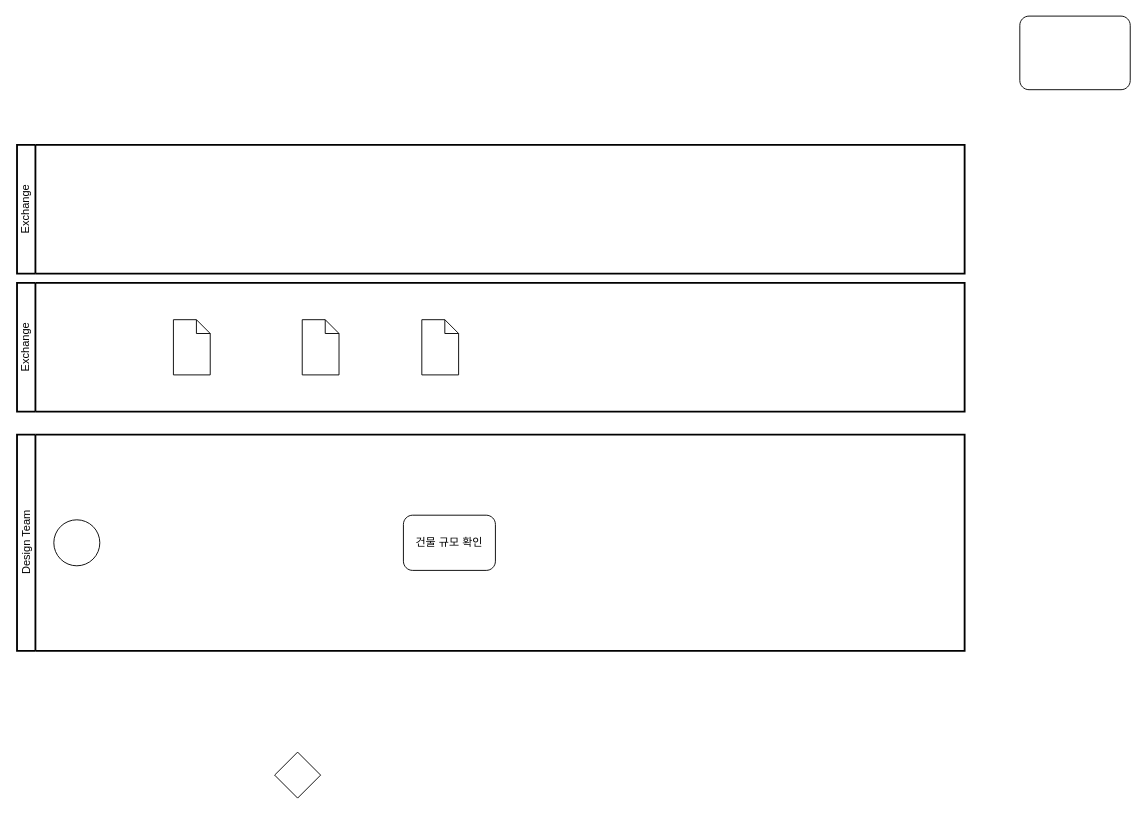
Before: 제목 없는 다이어그램.drawio in Junsangpark147/erd, a draw.io diagram. Source tidied: cells renumbered, new cells numbered last; positions are measured from the earlier drawing's top-left corner, leaving out a move shared by most shapes. Both pictures are drawn from the tidied source at 92%, with x=0, y=0 at pixel (17, 16).
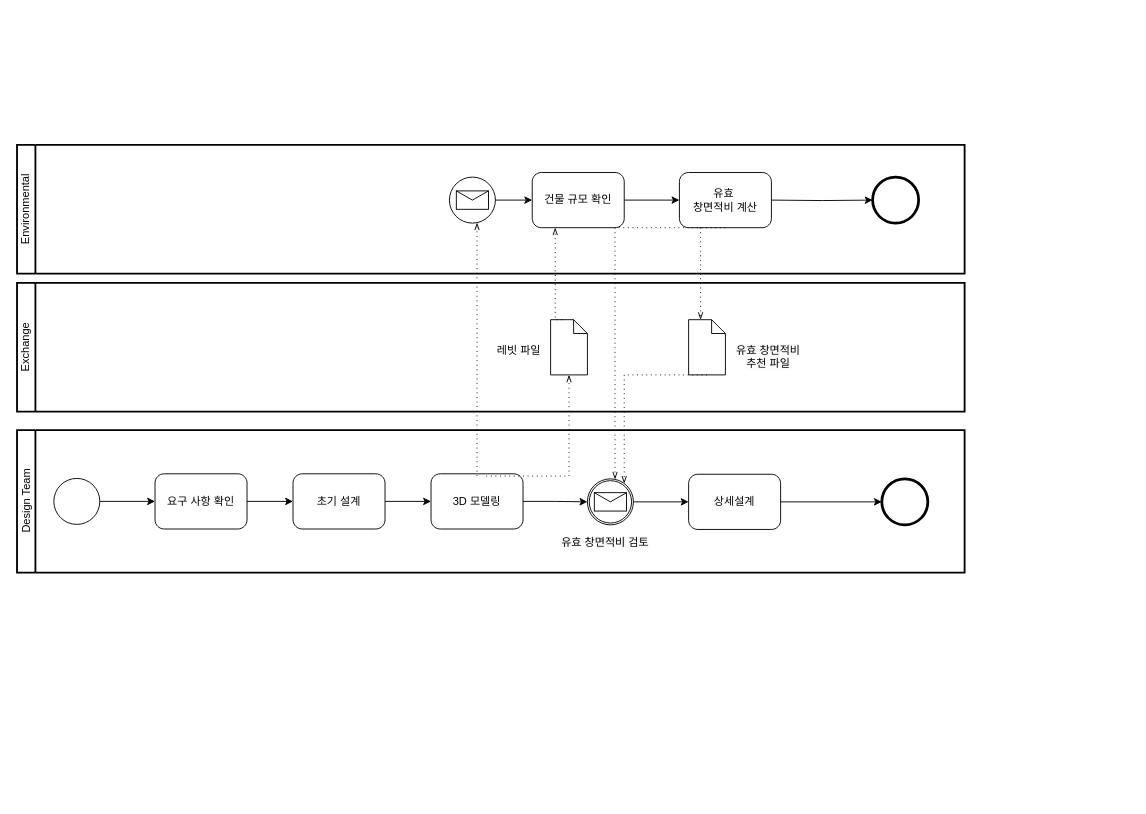
Above is the later version.

Commit message:
제목 없는 다이어그램.drawio 업데이트

Unchanged cells that the change refers to:
```xml
<mxCell id="3" value="Exchange" style="swimlane;html=1;startSize=20;fontStyle=0;horizontal=0;swimlaneLine=1;swimlaneFillColor=#ffffff;strokeWidth=2;whiteSpace=wrap;" parent="1" vertex="1">
  <mxGeometry y="290" width="1030" height="140" as="geometry" />
</mxCell>
```

The edit, as a diff of the source:
```diff
@@
-    <mxCell id="2" value="Exchange" style="swimlane;html=1;startSize=20;fontStyle=0;horizontal=0;swimlaneLine=1;swimlaneFillColor=#ffffff;strokeWidth=2;whiteSpace=wrap;" parent="1" vertex="1">
+    <mxCell id="2" value="Environmental" style="swimlane;html=1;startSize=20;fontStyle=0;horizontal=0;swimlaneLine=1;swimlaneFillColor=#ffffff;strokeWidth=2;whiteSpace=wrap;" parent="1" vertex="1">
       <mxGeometry y="140" width="1030" height="140" as="geometry" />
     </mxCell>
+    <mxCell id="12" style="edgeStyle=orthogonalEdgeStyle;rounded=0;jettySize=auto;html=1;exitX=1;exitY=0.5;exitDx=0;exitDy=0;exitPerimeter=0;" parent="2" edge="1" source="13" target="14">
+      <mxGeometry relative="1" as="geometry" />
+    </mxCell>
+    <mxCell id="13" value="건물 규모 확인" style="points=[[0.25,0,0],[0.5,0,0],[0.75,0,0],[1,0.25,0],[1,0.5,0],[1,0.75,0],[0.75,1,0],[0.5,1,0],[0.25,1,0],[0,0.75,0],[0,0.5,0],[0,0.25,0]];shape=mxgraph.bpmn.task;whiteSpace=wrap;rectStyle=rounded;size=10;html=1;taskMarker=abstract;" parent="2" vertex="1">
+      <mxGeometry x="560" y="30" width="100" height="60" as="geometry" />
+    </mxCell>
+    <mxCell id="14" value="유효&amp;nbsp;&lt;div&gt;창면적비 계산&lt;/div&gt;" style="points=[[0.25,0,0],[0.5,0,0],[0.75,0,0],[1,0.25,0],[1,0.5,0],[1,0.75,0],[0.75,1,0],[0.5,1,0],[0.25,1,0],[0,0.75,0],[0,0.5,0],[0,0.25,0]];shape=mxgraph.bpmn.task;whiteSpace=wrap;rectStyle=rounded;size=10;html=1;taskMarker=abstract;" parent="2" vertex="1">
+      <mxGeometry x="720" y="30" width="100" height="60" as="geometry" />
+    </mxCell>
+    <mxCell id="15" style="points=[[0.145,0.145,0],[0.5,0,0],[0.855,0.145,0],[1,0.5,0],[0.855,0.855,0],[0.5,1,0],[0.145,0.855,0],[0,0.5,0]];shape=mxgraph.bpmn.event;html=1;verticalLabelPosition=bottom;labelBackgroundColor=#ffffff;verticalAlign=top;align=center;perimeter=ellipsePerimeter;outlineConnect=0;outline=end;symbol=terminate2;" parent="2" vertex="1">
+      <mxGeometry x="930" y="35" width="50" height="50" as="geometry" />
+    </mxCell>
+    <mxCell id="16" style="edgeStyle=orthogonalEdgeStyle;rounded=0;jettySize=auto;html=1;exitX=1;exitY=0.5;exitDx=0;exitDy=0;exitPerimeter=0;entryX=0;entryY=0.5;entryDx=0;entryDy=0;entryPerimeter=0;" parent="2" edge="1" target="15">
+      <mxGeometry relative="1" as="geometry">
+        <mxPoint x="820" y="60" as="sourcePoint" />
+      </mxGeometry>
+    </mxCell>
+    <mxCell id="17" style="points=[[0.145,0.145,0],[0.5,0,0],[0.855,0.145,0],[1,0.5,0],[0.855,0.855,0],[0.5,1,0],[0.145,0.855,0],[0,0.5,0]];shape=mxgraph.bpmn.event;html=1;verticalLabelPosition=bottom;labelBackgroundColor=#ffffff;verticalAlign=top;align=center;perimeter=ellipsePerimeter;outlineConnect=0;outline=standard;symbol=message;" parent="2" vertex="1">
+      <mxGeometry x="470" y="35" width="50" height="50" as="geometry" />
+    </mxCell>
+    <mxCell id="18" style="edgeStyle=orthogonalEdgeStyle;rounded=0;jettySize=auto;html=1;exitX=1;exitY=0.5;exitDx=0;exitDy=0;exitPerimeter=0;entryX=0;entryY=0.5;entryDx=0;entryDy=0;entryPerimeter=0;" parent="2" edge="1" source="17" target="13">
+      <mxGeometry relative="1" as="geometry" />
+    </mxCell>
@@
-    <mxCell id="4" style="shape=mxgraph.bpmn.data;labelPosition=center;verticalLabelPosition=bottom;align=center;verticalAlign=top;size=15;html=1;" parent="3" vertex="1">
-      <mxGeometry x="170" y="40" width="40" height="60" as="geometry" />
-    </mxCell>
     <mxCell id="5" style="shape=mxgraph.bpmn.data;labelPosition=center;verticalLabelPosition=bottom;align=center;verticalAlign=top;size=15;html=1;" parent="3" vertex="1">
-      <mxGeometry x="310" y="40" width="40" height="60" as="geometry" />
+      <mxGeometry x="580" y="40" width="40" height="60" as="geometry" />
     </mxCell>
     <mxCell id="6" style="shape=mxgraph.bpmn.data;labelPosition=center;verticalLabelPosition=bottom;align=center;verticalAlign=top;size=15;html=1;" parent="3" vertex="1">
-      <mxGeometry x="440" y="40" width="40" height="60" as="geometry" />
+      <mxGeometry x="730" y="40" width="40" height="60" as="geometry" />
     </mxCell>
+    <mxCell id="19" value="&lt;span style=&quot;color: rgb(0, 0, 0); font-family: Helvetica; font-size: 12px; font-style: normal; font-variant-ligatures: normal; font-variant-caps: normal; font-weight: 400; letter-spacing: normal; orphans: 2; text-align: center; text-indent: 0px; text-transform: none; widows: 2; word-spacing: 0px; -webkit-text-stroke-width: 0px; white-space: normal; background-color: rgb(251, 251, 251); text-decoration-thickness: initial; text-decoration-style: initial; text-decoration-color: initial; display: inline !important; float: none;&quot;&gt;유효 창면적비&lt;/span&gt;&lt;div style=&quot;text-align: center;&quot;&gt;&lt;span style=&quot;color: rgb(0, 0, 0); font-family: Helvetica; font-size: 12px; font-style: normal; font-variant-ligatures: normal; font-variant-caps: normal; font-weight: 400; letter-spacing: normal; orphans: 2; text-indent: 0px; text-transform: none; widows: 2; word-spacing: 0px; -webkit-text-stroke-width: 0px; white-space: normal; background-color: rgb(251, 251, 251); text-decoration-thickness: initial; text-decoration-style: initial; text-decoration-color: initial; float: none; display: inline !important;&quot;&gt;추천 파일&lt;/span&gt;&lt;/div&gt;" style="text;whiteSpace=wrap;html=1;" parent="3" vertex="1">
+      <mxGeometry x="780" y="60" width="110" height="40" as="geometry" />
+    </mxCell>
+    <mxCell id="20" value="&lt;div style=&quot;text-align: center;&quot;&gt;&lt;span style=&quot;background-color: initial;&quot;&gt;레빗 파일&lt;/span&gt;&lt;/div&gt;" style="text;whiteSpace=wrap;html=1;" parent="3" vertex="1">
+      <mxGeometry x="520" y="60" width="110" height="40" as="geometry" />
+    </mxCell>
     <mxCell id="7" value="Design Team" style="swimlane;html=1;startSize=20;fontStyle=0;horizontal=0;swimlaneLine=1;swimlaneFillColor=#ffffff;strokeWidth=2;whiteSpace=wrap;" parent="1" vertex="1">
-      <mxGeometry y="455" width="1030" height="235" as="geometry" />
+      <mxGeometry y="450" width="1030" height="155" as="geometry" />
     </mxCell>
     <mxCell id="8" style="points=[[0.145,0.145,0],[0.5,0,0],[0.855,0.145,0],[1,0.5,0],[0.855,0.855,0],[0.5,1,0],[0.145,0.855,0],[0,0.5,0]];shape=mxgraph.bpmn.event;html=1;verticalLabelPosition=bottom;labelBackgroundColor=#ffffff;verticalAlign=top;align=center;perimeter=ellipsePerimeter;outlineConnect=0;outline=standard;symbol=general;" parent="7" vertex="1">
-      <mxGeometry x="40" y="92.5" width="50" height="50" as="geometry" />
+      <mxGeometry x="40" y="52.5" width="50" height="50" as="geometry" />
     </mxCell>
-    <mxCell id="9" value="건물 규모 확인" style="points=[[0.25,0,0],[0.5,0,0],[0.75,0,0],[1,0.25,0],[1,0.5,0],[1,0.75,0],[0.75,1,0],[0.5,1,0],[0.25,1,0],[0,0.75,0],[0,0.5,0],[0,0.25,0]];shape=mxgraph.bpmn.task;whiteSpace=wrap;rectStyle=rounded;size=10;html=1;taskMarker=abstract;" parent="7" vertex="1">
-      <mxGeometry x="420" y="87.5" width="100" height="60" as="geometry" />
+    <mxCell id="9" value="요구 사항 확인" style="points=[[0.25,0,0],[0.5,0,0],[0.75,0,0],[1,0.25,0],[1,0.5,0],[1,0.75,0],[0.75,1,0],[0.5,1,0],[0.25,1,0],[0,0.75,0],[0,0.5,0],[0,0.25,0]];shape=mxgraph.bpmn.task;whiteSpace=wrap;rectStyle=rounded;size=10;html=1;taskMarker=abstract;" parent="7" vertex="1">
+      <mxGeometry x="150" y="47.5" width="100" height="60" as="geometry" />
     </mxCell>
-    <mxCell id="10" style="shape=mxgraph.bpmn.task;whiteSpace=wrap;rectStyle=rounded;size=10;html=1;taskMarker=abstract;" parent="1" vertex="1">
-      <mxGeometry x="1090" width="120" height="80" as="geometry" />
-    </mxCell>
-    <mxCell id="11" style="shape=mxgraph.bpmn.gateway2;html=1;verticalLabelPosition=bottom;labelBackgroundColor=#ffffff;verticalAlign=top;align=center;perimeter=rhombusPerimeter;outline=none;symbol=none;" parent="1" vertex="1">
-      <mxGeometry x="280" y="800" width="50" height="50" as="geometry" />
-    </mxCell>
+    <mxCell id="21" style="edgeStyle=orthogonalEdgeStyle;rounded=0;jettySize=auto;html=1;entryX=0;entryY=0.5;entryDx=0;entryDy=0;entryPerimeter=0;" parent="7" edge="1" source="8" target="9">
+      <mxGeometry relative="1" as="geometry" />
+    </mxCell>
+    <mxCell id="22" value="초기 설계" style="points=[[0.25,0,0],[0.5,0,0],[0.75,0,0],[1,0.25,0],[1,0.5,0],[1,0.75,0],[0.75,1,0],[0.5,1,0],[0.25,1,0],[0,0.75,0],[0,0.5,0],[0,0.25,0]];shape=mxgraph.bpmn.task;whiteSpace=wrap;rectStyle=rounded;size=10;html=1;taskMarker=abstract;" parent="7" vertex="1">
+      <mxGeometry x="300" y="47.5" width="100" height="60" as="geometry" />
+    </mxCell>
+    <mxCell id="23" style="edgeStyle=orthogonalEdgeStyle;rounded=0;jettySize=auto;html=1;exitX=1;exitY=0.5;exitDx=0;exitDy=0;exitPerimeter=0;entryX=0;entryY=0.5;entryDx=0;entryDy=0;entryPerimeter=0;" parent="7" edge="1" source="9" target="22">
+      <mxGeometry relative="1" as="geometry" />
+    </mxCell>
+    <mxCell id="24" value="3D 모델링" style="points=[[0.25,0,0],[0.5,0,0],[0.75,0,0],[1,0.25,0],[1,0.5,0],[1,0.75,0],[0.75,1,0],[0.5,1,0],[0.25,1,0],[0,0.75,0],[0,0.5,0],[0,0.25,0]];shape=mxgraph.bpmn.task;whiteSpace=wrap;rectStyle=rounded;size=10;html=1;taskMarker=abstract;" parent="7" vertex="1">
+      <mxGeometry x="450" y="47.5" width="100" height="60" as="geometry" />
+    </mxCell>
+    <mxCell id="25" style="edgeStyle=orthogonalEdgeStyle;rounded=0;jettySize=auto;html=1;exitX=1;exitY=0.5;exitDx=0;exitDy=0;exitPerimeter=0;entryX=0;entryY=0.5;entryDx=0;entryDy=0;entryPerimeter=0;" parent="7" edge="1" source="22" target="24">
+      <mxGeometry relative="1" as="geometry" />
+    </mxCell>
+    <mxCell id="26" style="points=[[0.145,0.145,0],[0.5,0,0],[0.855,0.145,0],[1,0.5,0],[0.855,0.855,0],[0.5,1,0],[0.145,0.855,0],[0,0.5,0]];shape=mxgraph.bpmn.event;html=1;verticalLabelPosition=bottom;labelBackgroundColor=#ffffff;verticalAlign=top;align=center;perimeter=ellipsePerimeter;outlineConnect=0;outline=catching;symbol=message;" parent="7" vertex="1">
+      <mxGeometry x="620" y="53" width="50" height="50" as="geometry" />
+    </mxCell>
+    <mxCell id="27" style="edgeStyle=orthogonalEdgeStyle;rounded=0;jettySize=auto;html=1;exitX=1;exitY=0.5;exitDx=0;exitDy=0;exitPerimeter=0;entryX=0;entryY=0.5;entryDx=0;entryDy=0;entryPerimeter=0;" parent="7" edge="1" source="24" target="26">
+      <mxGeometry relative="1" as="geometry" />
+    </mxCell>
+    <mxCell id="28" value="상세설계" style="points=[[0.25,0,0],[0.5,0,0],[0.75,0,0],[1,0.25,0],[1,0.5,0],[1,0.75,0],[0.75,1,0],[0.5,1,0],[0.25,1,0],[0,0.75,0],[0,0.5,0],[0,0.25,0]];shape=mxgraph.bpmn.task;whiteSpace=wrap;rectStyle=rounded;size=10;html=1;taskMarker=abstract;" parent="7" vertex="1">
+      <mxGeometry x="730" y="48" width="100" height="60" as="geometry" />
+    </mxCell>
+    <mxCell id="29" style="edgeStyle=orthogonalEdgeStyle;rounded=0;jettySize=auto;html=1;exitX=1;exitY=0.5;exitDx=0;exitDy=0;exitPerimeter=0;entryX=0;entryY=0.5;entryDx=0;entryDy=0;entryPerimeter=0;" parent="7" edge="1" source="26" target="28">
+      <mxGeometry relative="1" as="geometry" />
+    </mxCell>
+    <mxCell id="30" style="points=[[0.145,0.145,0],[0.5,0,0],[0.855,0.145,0],[1,0.5,0],[0.855,0.855,0],[0.5,1,0],[0.145,0.855,0],[0,0.5,0]];shape=mxgraph.bpmn.event;html=1;verticalLabelPosition=bottom;labelBackgroundColor=#ffffff;verticalAlign=top;align=center;perimeter=ellipsePerimeter;outlineConnect=0;outline=end;symbol=terminate2;" parent="7" vertex="1">
+      <mxGeometry x="940" y="53" width="50" height="50" as="geometry" />
+    </mxCell>
+    <mxCell id="31" style="edgeStyle=orthogonalEdgeStyle;rounded=0;jettySize=auto;html=1;exitX=1;exitY=0.5;exitDx=0;exitDy=0;exitPerimeter=0;entryX=0;entryY=0.5;entryDx=0;entryDy=0;entryPerimeter=0;" parent="7" edge="1" source="28" target="30">
+      <mxGeometry relative="1" as="geometry" />
+    </mxCell>
+    <mxCell id="32" value="&lt;span style=&quot;color: rgb(0, 0, 0); font-family: Helvetica; font-size: 12px; font-style: normal; font-variant-ligatures: normal; font-variant-caps: normal; font-weight: 400; letter-spacing: normal; orphans: 2; text-align: center; text-indent: 0px; text-transform: none; widows: 2; word-spacing: 0px; -webkit-text-stroke-width: 0px; white-space: normal; background-color: rgb(251, 251, 251); text-decoration-thickness: initial; text-decoration-style: initial; text-decoration-color: initial; display: inline !important; float: none;&quot;&gt;유효 창면적비 검토&lt;/span&gt;" style="text;whiteSpace=wrap;html=1;" parent="7" vertex="1">
+      <mxGeometry x="590" y="108" width="110" height="40" as="geometry" />
+    </mxCell>
+    <mxCell id="33" style="edgeStyle=elbowEdgeStyle;fontSize=12;html=1;endFill=0;startFill=0;endSize=6;startSize=6;dashed=1;dashPattern=1 4;endArrow=openThin;startArrow=none;rounded=0;" parent="1" edge="1" target="17">
+      <mxGeometry relative="1" as="geometry">
+        <mxPoint x="500" y="500" as="sourcePoint" />
+        <Array as="points">
+          <mxPoint x="500" y="500" />
+        </Array>
+      </mxGeometry>
+    </mxCell>
+    <mxCell id="34" style="edgeStyle=elbowEdgeStyle;fontSize=12;html=1;endFill=0;startFill=0;endSize=6;startSize=6;dashed=1;dashPattern=1 4;endArrow=openThin;startArrow=none;rounded=0;entryX=0.5;entryY=1;entryDx=0;entryDy=0;entryPerimeter=0;" parent="1" edge="1" target="5">
+      <mxGeometry relative="1" as="geometry">
+        <mxPoint x="510" y="500" as="sourcePoint" />
+        <Array as="points">
+          <mxPoint x="600" y="500" />
+        </Array>
+      </mxGeometry>
+    </mxCell>
+    <mxCell id="35" style="edgeStyle=elbowEdgeStyle;fontSize=12;html=1;endFill=0;startFill=0;endSize=6;startSize=6;dashed=1;dashPattern=1 4;endArrow=openThin;startArrow=none;rounded=0;entryX=0.25;entryY=1;entryDx=0;entryDy=0;entryPerimeter=0;exitX=0;exitY=0;exitDx=12.5;exitDy=0;exitPerimeter=0;" parent="1" edge="1" source="5" target="13">
+      <mxGeometry relative="1" as="geometry">
+        <Array as="points">
+          <mxPoint x="585" y="280" />
+        </Array>
+      </mxGeometry>
+    </mxCell>
+    <mxCell id="36" style="edgeStyle=elbowEdgeStyle;fontSize=12;html=1;endFill=0;startFill=0;endSize=6;startSize=6;dashed=1;dashPattern=1 4;endArrow=openThin;startArrow=none;rounded=0;exitX=0.5;exitY=1;exitDx=0;exitDy=0;exitPerimeter=0;" parent="1" edge="1" source="14" target="26">
+      <mxGeometry relative="1" as="geometry">
+        <Array as="points">
+          <mxPoint x="650" y="370" />
+        </Array>
+      </mxGeometry>
+    </mxCell>
+    <mxCell id="37" style="edgeStyle=elbowEdgeStyle;fontSize=12;html=1;endFill=0;startFill=0;endSize=6;startSize=6;dashed=1;dashPattern=1 4;endArrow=openThin;startArrow=none;rounded=0;entryX=0;entryY=0;entryDx=12.5;entryDy=0;entryPerimeter=0;" parent="1" edge="1" source="14" target="6">
+      <mxGeometry relative="1" as="geometry" />
+    </mxCell>
+    <mxCell id="38" style="edgeStyle=elbowEdgeStyle;fontSize=12;html=1;endFill=0;startFill=0;endSize=6;startSize=6;dashed=1;dashPattern=1 4;endArrow=openThin;startArrow=none;rounded=0;exitX=0.5;exitY=1;exitDx=0;exitDy=0;exitPerimeter=0;" parent="1" edge="1" source="6" target="26">
+      <mxGeometry relative="1" as="geometry">
+        <Array as="points">
+          <mxPoint x="660" y="460" />
+          <mxPoint x="670" y="460" />
+        </Array>
+      </mxGeometry>
+    </mxCell>
```
